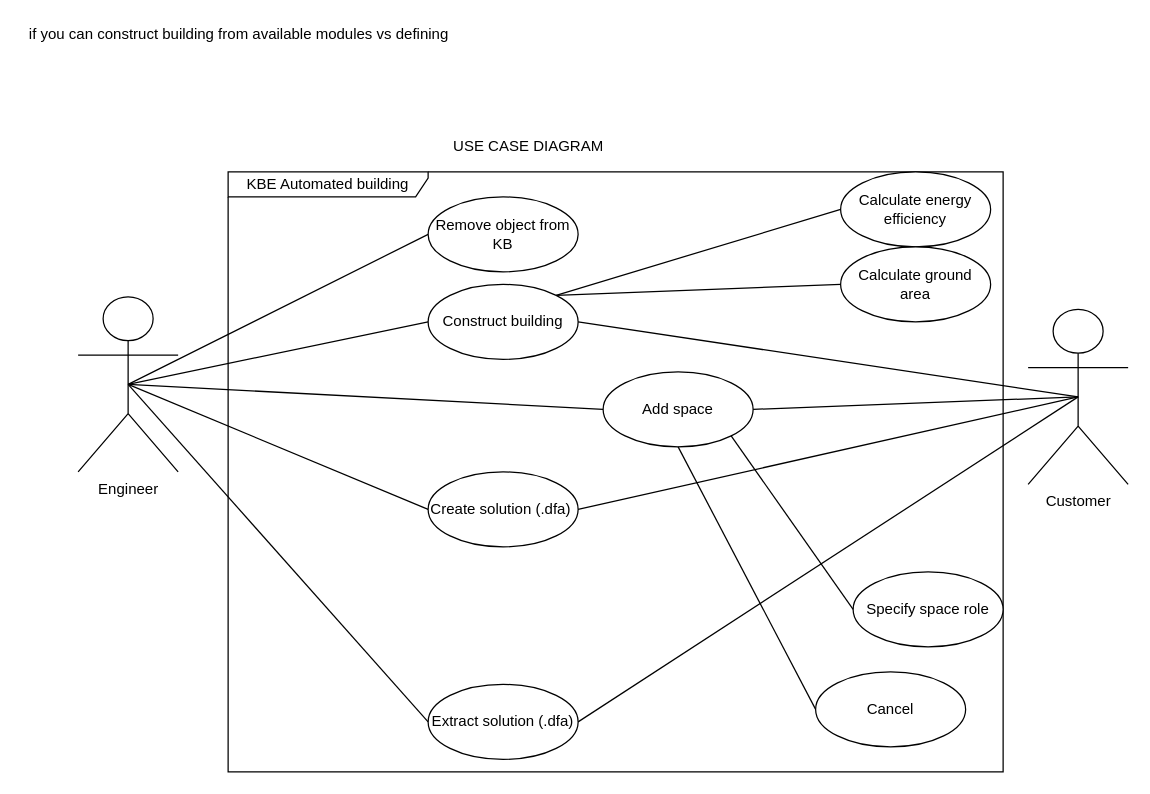
Before: page "Use case" (1 of 9) of Diagrams/Diagrams.drawio in Hallvaeb/automation-p2-construction-knowledge-base, a draw.io diagram. Source tidied: cells renumbered, new cells numbered last; positions are measured from the earlier drawing's top-left corner, leaving out a move shared by most shapes. Both pictures are drawn from the tidied source at 125%, with x=0, y=0 at pixel (21, 21).
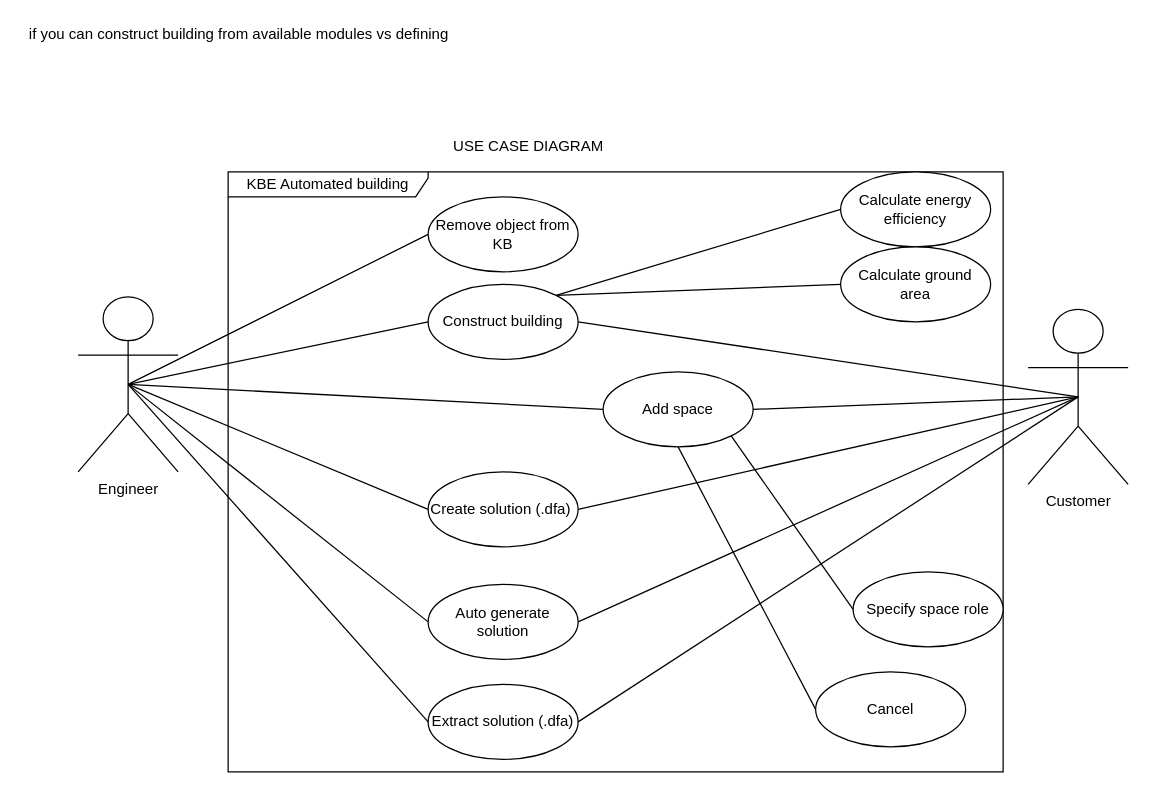
The same diagram, later.

Diff of the diagram source:
```diff
@@
+    <mxCell id="29" value="Auto generate solution" style="ellipse;whiteSpace=wrap;html=1;" parent="1" vertex="1">
+      <mxGeometry x="325" y="450" width="120" height="60" as="geometry" />
+    </mxCell>
+    <mxCell id="30" style="endArrow=none;html=1;rounded=0;entryX=1;entryY=0.5;entryDx=0;entryDy=0;" parent="1" edge="1" target="29">
+      <mxGeometry relative="1" as="geometry">
+        <mxPoint x="845" y="300" as="sourcePoint" />
+      </mxGeometry>
+    </mxCell>
+    <mxCell id="31" style="endArrow=none;html=1;rounded=0;entryX=0;entryY=0.5;entryDx=0;entryDy=0;" parent="1" edge="1" target="29">
+      <mxGeometry relative="1" as="geometry">
+        <mxPoint x="85" y="290" as="sourcePoint" />
+      </mxGeometry>
+    </mxCell>
```
